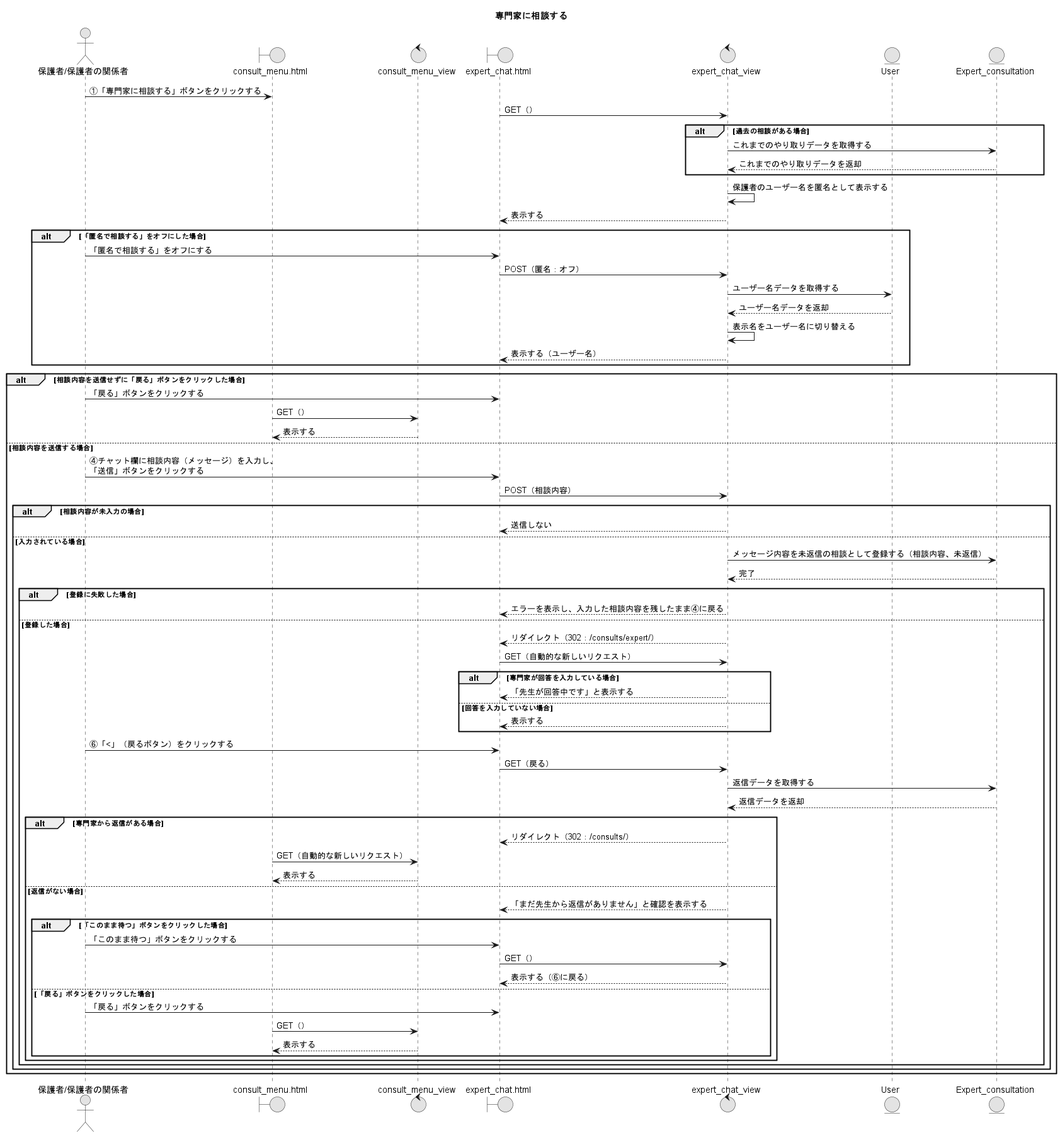
The PlantUML diagram PNG/10_専門家に相談する.png in Ma2naga190330/26_sotugyou_puml, before a commit.
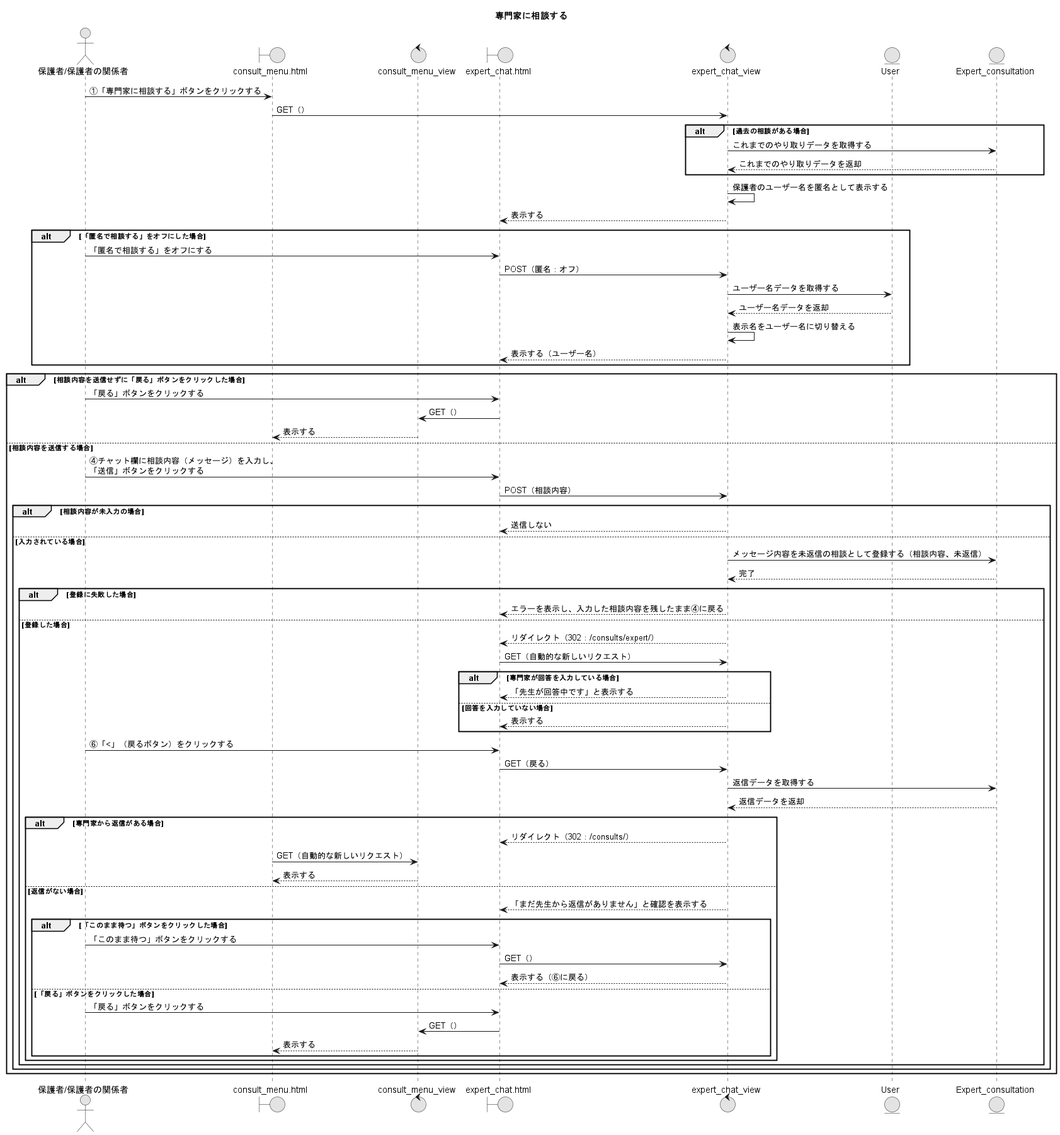
Above is the later version.

Diff of the diagram source:
```diff
@@ -12,7 +12,7 @@
 entity "Expert_consultation" as ECSM
 
 A -> CMP : ①「専門家に相談する」ボタンをクリックする
-ECP -> ECV : GET（）
+CMP -> ECV : GET（）
 alt 過去の相談がある場合
   ECV -> ECSM : これまでのやり取りデータを取得する
   ECV <-- ECSM : これまでのやり取りデータを返却
@@ -31,7 +31,7 @@
 
 alt 相談内容を送信せずに「戻る」ボタンをクリックした場合
   A -> ECP : 「戻る」ボタンをクリックする
-  CMP -> CMV : GET（）
+  ECP -> CMV : GET（）
   CMV --> CMP : 表示する
 else 相談内容を送信する場合
   A -> ECP : ④チャット欄に相談内容（メッセージ）を入力し、\n「送信」ボタンをクリックする
@@ -68,7 +68,7 @@
           ECV --> ECP : 表示する（⑥に戻る）
         else 「戻る」ボタンをクリックした場合
           A -> ECP : 「戻る」ボタンをクリックする
-          CMP -> CMV : GET（）
+          ECP -> CMV : GET（）
           CMV --> CMP : 表示する
         end
       end
```
